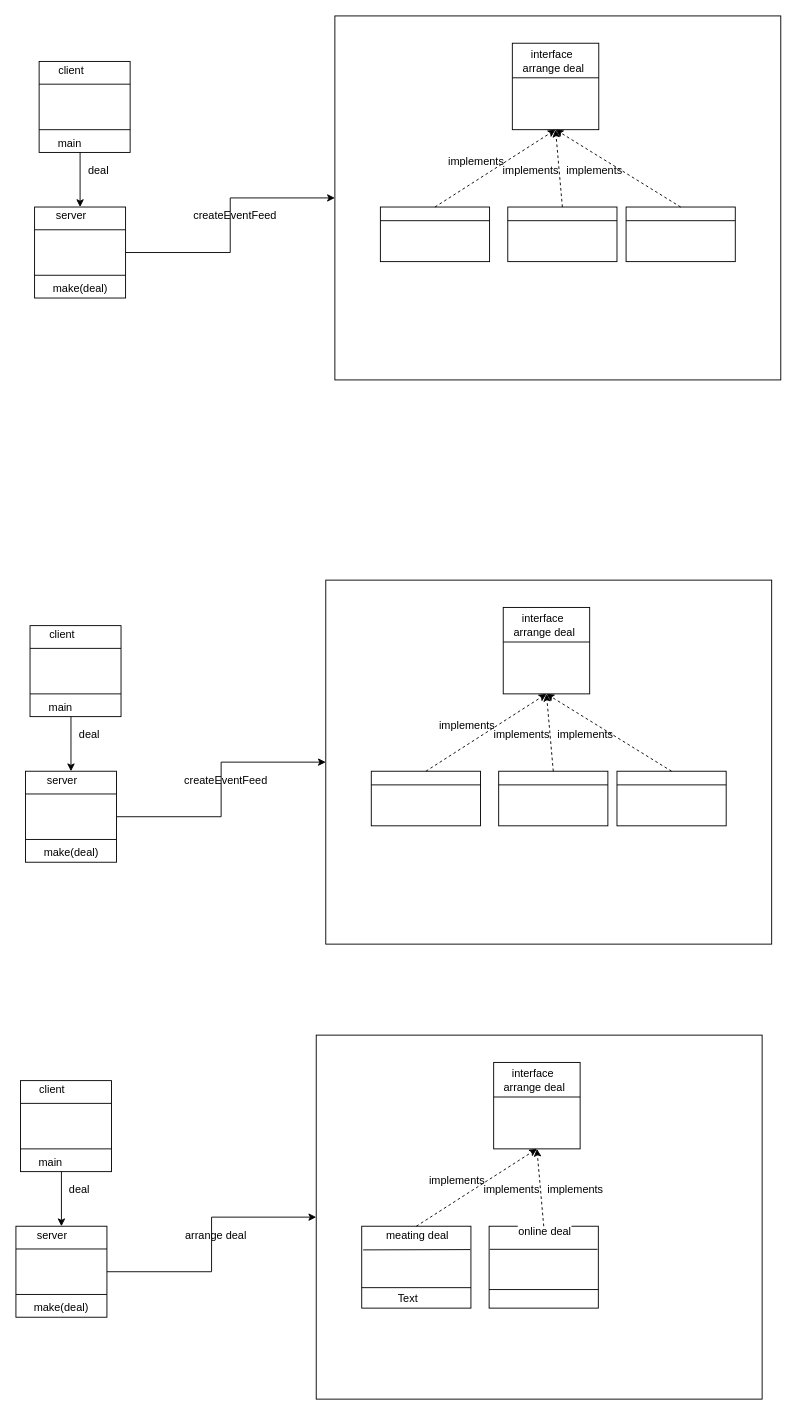
Before: design patterns.drawio in m-bassiri/HamyarApp, a draw.io diagram. Source tidied: cells renumbered, new cells numbered last; positions are measured from the earlier drawing's top-left corner, leaving out a move shared by most shapes. Both pictures are drawn from the tidied source at 91%, with x=0, y=0 at pixel (15, 15).
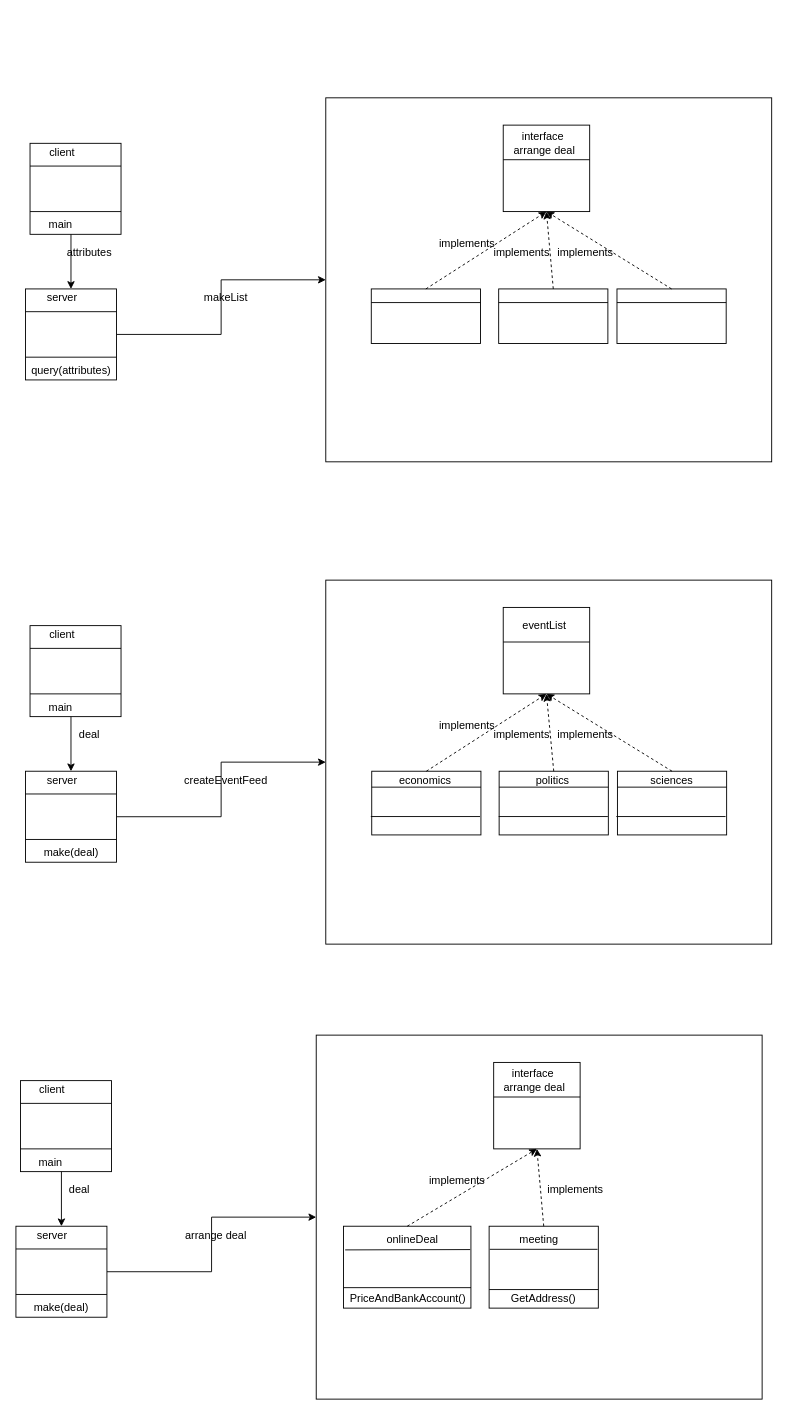
Above is the later version.

The change refers to these unchanged cells:
```xml
<mxCell id="22" style="endArrow=none;html=1;exitX=0.013;exitY=0.289;exitDx=0;exitDy=0;entryX=0.994;entryY=0.285;entryDx=0;entryDy=0;entryPerimeter=0;exitPerimeter=0;" parent="1" edge="1" source="20" target="20">
  <mxGeometry relative="1" as="geometry" />
</mxCell>
```

What changed in the source:
```diff
@@
     <mxCell id="20" style="rounded=0;whiteSpace=wrap;html=1;" parent="1" vertex="1">
-      <mxGeometry x="380" y="1330" width="120" height="90" as="geometry" />
+      <mxGeometry x="360" y="1330" width="140" height="90" as="geometry" />
     </mxCell>
@@
-    <mxCell id="23" value="meating deal" style="text;html=1;align=center;verticalAlign=middle;labelBackgroundColor=#ffffff;" parent="22" vertex="1">
-      <mxGeometry x="0.09" y="-2" relative="1" as="geometry">
-        <mxPoint x="-5.5" y="-18" as="offset" />
-      </mxGeometry>
-    </mxCell>
-    <mxCell id="24" value="online deal" style="text;html=1;align=center;verticalAlign=middle;labelBackgroundColor=#ffffff;" parent="22" vertex="1">
-      <mxGeometry x="0.09" y="-2" relative="1" as="geometry">
-        <mxPoint x="135" y="-22" as="offset" />
-      </mxGeometry>
-    </mxCell>
@@
-    <mxCell id="29" value="implements" style="text;html=1;strokeColor=none;fillColor=none;align=center;verticalAlign=middle;whiteSpace=wrap;rounded=0;" parent="1" vertex="1">
-      <mxGeometry x="525" y="1280" width="40" height="20" as="geometry" />
-    </mxCell>
@@
-    <mxCell id="47" value="interface&amp;nbsp;&lt;br&gt;arrange deal&lt;br&gt;" style="text;html=1;strokeColor=none;fillColor=none;align=center;verticalAlign=middle;whiteSpace=wrap;rounded=0;" parent="1" vertex="1">
+    <mxCell id="47" value="eventList&lt;br&gt;" style="text;html=1;strokeColor=none;fillColor=none;align=center;verticalAlign=middle;whiteSpace=wrap;rounded=0;" parent="1" vertex="1">
       <mxGeometry x="530.5" y="660" width="100" height="20" as="geometry" />
     </mxCell>
@@
     <mxCell id="49" style="rounded=0;whiteSpace=wrap;html=1;" parent="1" vertex="1">
-      <mxGeometry x="390.5" y="830" width="120" height="60" as="geometry" />
+      <mxGeometry x="391" y="830" width="120" height="70" as="geometry" />
     </mxCell>
     <mxCell id="50" style="rounded=0;whiteSpace=wrap;html=1;" parent="1" vertex="1">
-      <mxGeometry x="530.5" y="830" width="120" height="60" as="geometry" />
+      <mxGeometry x="531" y="830" width="120" height="70" as="geometry" />
     </mxCell>
     <mxCell id="51" style="rounded=0;whiteSpace=wrap;html=1;" parent="1" vertex="1">
-      <mxGeometry x="660.5" y="830" width="120" height="60" as="geometry" />
+      <mxGeometry x="661" y="830" width="120" height="70" as="geometry" />
     </mxCell>
@@
     <mxCell id="61" style="rounded=0;whiteSpace=wrap;html=1;" parent="1" vertex="1">
-      <mxGeometry x="350.5" width="490" height="400" as="geometry" />
+      <mxGeometry x="340.5" y="90" width="490" height="400" as="geometry" />
     </mxCell>
     <mxCell id="62" style="whiteSpace=wrap;html=1;" parent="1" vertex="1">
-      <mxGeometry x="25.5" y="50" width="100" height="100" as="geometry" />
+      <mxGeometry x="15.5" y="140" width="100" height="100" as="geometry" />
     </mxCell>
@@
     <mxCell id="65" value="client" style="text;html=1;strokeColor=none;fillColor=none;align=center;verticalAlign=middle;whiteSpace=wrap;rounded=0;" parent="1" vertex="1">
-      <mxGeometry x="40.5" y="50" width="40" height="20" as="geometry" />
+      <mxGeometry x="30.5" y="140" width="40" height="20" as="geometry" />
     </mxCell>
     <mxCell id="66" value="main&amp;nbsp;" style="text;html=1;strokeColor=none;fillColor=none;align=center;verticalAlign=middle;whiteSpace=wrap;rounded=0;" parent="1" vertex="1">
-      <mxGeometry x="40.5" y="130" width="40" height="20" as="geometry" />
+      <mxGeometry x="30.5" y="220" width="40" height="20" as="geometry" />
     </mxCell>
@@
     <mxCell id="68" style="whiteSpace=wrap;html=1;" parent="1" vertex="1">
-      <mxGeometry x="20.5" y="210" width="100" height="100" as="geometry" />
+      <mxGeometry x="10.5" y="300" width="100" height="100" as="geometry" />
     </mxCell>
@@
     <mxCell id="71" value="server" style="text;html=1;strokeColor=none;fillColor=none;align=center;verticalAlign=middle;whiteSpace=wrap;rounded=0;" parent="1" vertex="1">
-      <mxGeometry x="40.5" y="210" width="40" height="20" as="geometry" />
+      <mxGeometry x="30.5" y="300" width="40" height="20" as="geometry" />
     </mxCell>
-    <mxCell id="72" value="make(deal)" style="text;html=1;strokeColor=none;fillColor=none;align=center;verticalAlign=middle;whiteSpace=wrap;rounded=0;" parent="1" vertex="1">
-      <mxGeometry x="50.5" y="290" width="40" height="20" as="geometry" />
+    <mxCell id="72" value="query(attributes)" style="text;html=1;strokeColor=none;fillColor=none;align=center;verticalAlign=middle;whiteSpace=wrap;rounded=0;" parent="1" vertex="1">
+      <mxGeometry x="40.5" y="380" width="40" height="20" as="geometry" />
     </mxCell>
     <mxCell id="73" style="endArrow=classic;html=1;entryX=0.75;entryY=0;entryDx=0;entryDy=0;" parent="1" edge="1" target="71">
       <mxGeometry relative="1" as="geometry">
-        <mxPoint x="70.5" y="150" as="sourcePoint" />
+        <mxPoint x="60.5" y="240" as="sourcePoint" />
       </mxGeometry>
     </mxCell>
-    <mxCell id="74" value="deal" style="text;html=1;strokeColor=none;fillColor=none;align=center;verticalAlign=middle;whiteSpace=wrap;rounded=0;" parent="1" vertex="1">
-      <mxGeometry x="70.5" y="160" width="40" height="20" as="geometry" />
+    <mxCell id="74" value="attributes" style="text;html=1;strokeColor=none;fillColor=none;align=center;verticalAlign=middle;whiteSpace=wrap;rounded=0;" parent="1" vertex="1">
+      <mxGeometry x="60.5" y="250" width="40" height="20" as="geometry" />
     </mxCell>
-    <mxCell id="75" value="createEventFeed" style="text;html=1;strokeColor=none;fillColor=none;align=center;verticalAlign=middle;whiteSpace=wrap;rounded=0;" parent="1" vertex="1">
-      <mxGeometry x="190.5" y="210" width="100" height="20" as="geometry" />
+    <mxCell id="75" value="makeList" style="text;html=1;strokeColor=none;fillColor=none;align=center;verticalAlign=middle;whiteSpace=wrap;rounded=0;" parent="1" vertex="1">
+      <mxGeometry x="180.5" y="300" width="100" height="20" as="geometry" />
     </mxCell>
     <mxCell id="76" style="whiteSpace=wrap;html=1;" parent="1" vertex="1">
-      <mxGeometry x="545.5" y="30" width="95" height="95" as="geometry" />
+      <mxGeometry x="535.5" y="120" width="95" height="95" as="geometry" />
     </mxCell>
     <mxCell id="77" value="interface&amp;nbsp;&lt;br&gt;arrange deal&lt;br&gt;" style="text;html=1;strokeColor=none;fillColor=none;align=center;verticalAlign=middle;whiteSpace=wrap;rounded=0;" parent="1" vertex="1">
-      <mxGeometry x="540.5" y="40" width="100" height="20" as="geometry" />
+      <mxGeometry x="530.5" y="130" width="100" height="20" as="geometry" />
     </mxCell>
     <mxCell id="78" style="endArrow=none;html=1;" parent="1" edge="1">
       <mxGeometry relative="1" as="geometry">
-        <mxPoint x="545.5" y="68" as="sourcePoint" />
-        <mxPoint x="640.5" y="68" as="targetPoint" />
+        <mxPoint x="535.5" y="158" as="sourcePoint" />
+        <mxPoint x="630.5" y="158" as="targetPoint" />
       </mxGeometry>
     </mxCell>
     <mxCell id="79" style="rounded=0;whiteSpace=wrap;html=1;" parent="1" vertex="1">
-      <mxGeometry x="400.5" y="210" width="120" height="60" as="geometry" />
+      <mxGeometry x="390.5" y="300" width="120" height="60" as="geometry" />
     </mxCell>
     <mxCell id="80" style="rounded=0;whiteSpace=wrap;html=1;" parent="1" vertex="1">
-      <mxGeometry x="540.5" y="210" width="120" height="60" as="geometry" />
+      <mxGeometry x="530.5" y="300" width="120" height="60" as="geometry" />
     </mxCell>
     <mxCell id="81" style="rounded=0;whiteSpace=wrap;html=1;" parent="1" vertex="1">
-      <mxGeometry x="670.5" y="210" width="120" height="60" as="geometry" />
+      <mxGeometry x="660.5" y="300" width="120" height="60" as="geometry" />
     </mxCell>
@@
     <mxCell id="88" value="implements" style="text;html=1;strokeColor=none;fillColor=none;align=center;verticalAlign=middle;whiteSpace=wrap;rounded=0;" parent="1" vertex="1">
-      <mxGeometry x="485.5" y="150" width="40" height="20" as="geometry" />
+      <mxGeometry x="475.5" y="240" width="40" height="20" as="geometry" />
     </mxCell>
     <mxCell id="89" value="implements" style="text;html=1;strokeColor=none;fillColor=none;align=center;verticalAlign=middle;whiteSpace=wrap;rounded=0;" parent="1" vertex="1">
-      <mxGeometry x="545.5" y="160" width="40" height="20" as="geometry" />
+      <mxGeometry x="535.5" y="250" width="40" height="20" as="geometry" />
     </mxCell>
     <mxCell id="90" value="implements" style="text;html=1;strokeColor=none;fillColor=none;align=center;verticalAlign=middle;whiteSpace=wrap;rounded=0;" parent="1" vertex="1">
-      <mxGeometry x="615.5" y="160" width="40" height="20" as="geometry" />
+      <mxGeometry x="605.5" y="250" width="40" height="20" as="geometry" />
     </mxCell>
@@
-    <mxCell id="92" value="Text" style="text;html=1;strokeColor=none;fillColor=none;align=center;verticalAlign=middle;whiteSpace=wrap;rounded=0;" parent="1" vertex="1">
+    <mxCell id="92" value="PriceAndBankAccount()" style="text;html=1;strokeColor=none;fillColor=none;align=center;verticalAlign=middle;whiteSpace=wrap;rounded=0;" parent="1" vertex="1">
       <mxGeometry x="410.5" y="1400" width="40" height="20" as="geometry" />
     </mxCell>
@@
+    <mxCell id="94" value="onlineDeal" style="text;html=1;strokeColor=none;fillColor=none;align=center;verticalAlign=middle;whiteSpace=wrap;rounded=0;" parent="1" vertex="1">
+      <mxGeometry x="390.5" y="1335" width="90" height="20" as="geometry" />
+    </mxCell>
+    <mxCell id="95" value="meeting" style="text;html=1;strokeColor=none;fillColor=none;align=center;verticalAlign=middle;whiteSpace=wrap;rounded=0;" parent="1" vertex="1">
+      <mxGeometry x="530" y="1335" width="90" height="20" as="geometry" />
+    </mxCell>
+    <mxCell id="96" value="GetAddress()&lt;br&gt;" style="text;html=1;strokeColor=none;fillColor=none;align=center;verticalAlign=middle;whiteSpace=wrap;rounded=0;" parent="1" vertex="1">
+      <mxGeometry x="535" y="1400" width="90" height="20" as="geometry" />
+    </mxCell>
+    <mxCell id="97" value="economics" style="text;html=1;strokeColor=none;fillColor=none;align=center;verticalAlign=middle;whiteSpace=wrap;rounded=0;" parent="1" vertex="1">
+      <mxGeometry x="430" y="830" width="40" height="20" as="geometry" />
+    </mxCell>
+    <mxCell id="98" value="politics" style="text;html=1;strokeColor=none;fillColor=none;align=center;verticalAlign=middle;whiteSpace=wrap;rounded=0;" parent="1" vertex="1">
+      <mxGeometry x="570" y="830" width="40" height="20" as="geometry" />
+    </mxCell>
+    <mxCell id="99" value="sciences" style="text;html=1;strokeColor=none;fillColor=none;align=center;verticalAlign=middle;whiteSpace=wrap;rounded=0;" parent="1" vertex="1">
+      <mxGeometry x="701" y="830" width="40" height="20" as="geometry" />
+    </mxCell>
+    <mxCell id="100" style="endArrow=none;html=1;exitX=0;exitY=0.25;exitDx=0;exitDy=0;entryX=1;entryY=0.25;entryDx=0;entryDy=0;" parent="1" edge="1">
+      <mxGeometry relative="1" as="geometry">
+        <mxPoint x="390" y="879.8" as="sourcePoint" />
+        <mxPoint x="510" y="879.8" as="targetPoint" />
+      </mxGeometry>
+    </mxCell>
+    <mxCell id="101" style="endArrow=none;html=1;exitX=0;exitY=0.25;exitDx=0;exitDy=0;entryX=1;entryY=0.25;entryDx=0;entryDy=0;" parent="1" edge="1">
+      <mxGeometry relative="1" as="geometry">
+        <mxPoint x="530.5" y="879.8" as="sourcePoint" />
+        <mxPoint x="650.5" y="879.8" as="targetPoint" />
+      </mxGeometry>
+    </mxCell>
+    <mxCell id="102" style="endArrow=none;html=1;exitX=0;exitY=0.25;exitDx=0;exitDy=0;entryX=1;entryY=0.25;entryDx=0;entryDy=0;" parent="1" edge="1">
+      <mxGeometry relative="1" as="geometry">
+        <mxPoint x="659.8" y="879.8" as="sourcePoint" />
+        <mxPoint x="779.8" y="879.8" as="targetPoint" />
+      </mxGeometry>
+    </mxCell>
```
